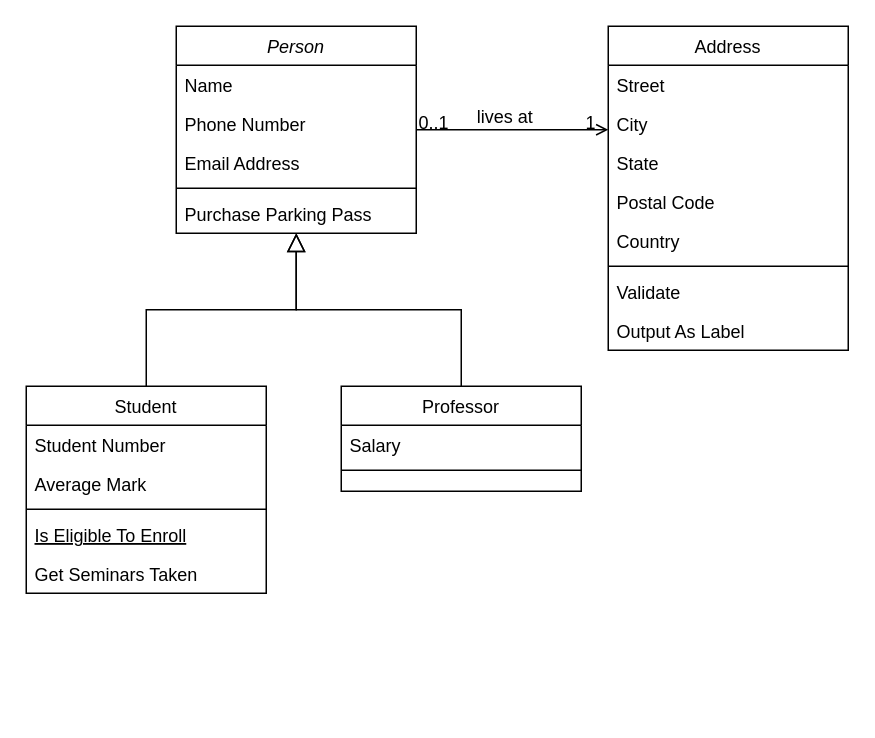
This is Diagramme sans nom.drawio from AyoubKhaoua/-Syst-me-de-Paiement-Orient-Objet, a draw.io file, before an edit. Source tidied: cells renumbered, new cells numbered last; positions are measured from the earlier drawing's top-left corner, leaving out a move shared by most shapes. Both pictures are drawn from the tidied source at 150%, with x=0, y=0 at pixel (26, 26).
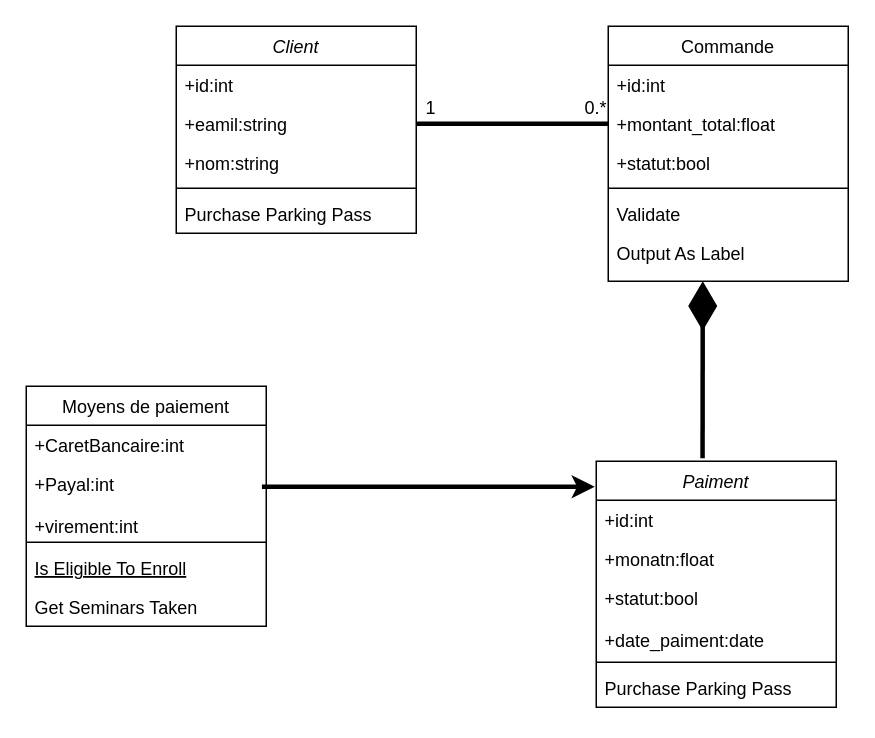
After the change.

Commit message:
Mettre à jour Diagramme de  Classe.drawio

Diff of the diagram source:
```diff
@@
-    <mxCell id="2" value="Person" style="swimlane;fontStyle=2;align=center;verticalAlign=top;horizontal=1;startSize=26;rounded=0;shadow=0;strokeWidth=1;" parent="1" vertex="1">
+    <mxCell id="2" value="Client" style="swimlane;fontStyle=2;align=center;verticalAlign=top;horizontal=1;startSize=26;rounded=0;shadow=0;strokeWidth=1;" parent="1" vertex="1">
       <mxGeometry x="100" width="160" height="138" as="geometry" />
     </mxCell>
-    <mxCell id="3" value="Name" style="text;align=left;verticalAlign=top;spacingLeft=4;spacingRight=4;overflow=hidden;" parent="2" vertex="1">
+    <mxCell id="3" value="+id:int" style="text;align=left;verticalAlign=top;spacingLeft=4;spacingRight=4;overflow=hidden;" parent="2" vertex="1">
       <mxGeometry y="26" width="160" height="26" as="geometry" />
     </mxCell>
-    <mxCell id="4" value="Phone Number" style="text;align=left;verticalAlign=top;spacingLeft=4;spacingRight=4;overflow=hidden;points=[[0,0.5],[1,0.5]];portConstraint=eastwest;rounded=0;shadow=0;html=0;" parent="2" vertex="1">
+    <mxCell id="4" value="+eamil:string" style="text;align=left;verticalAlign=top;spacingLeft=4;spacingRight=4;overflow=hidden;points=[[0,0.5],[1,0.5]];portConstraint=eastwest;rounded=0;shadow=0;html=0;" parent="2" vertex="1">
       <mxGeometry y="52" width="160" height="26" as="geometry" />
     </mxCell>
-    <mxCell id="5" value="Email Address" style="text;align=left;verticalAlign=top;spacingLeft=4;spacingRight=4;overflow=hidden;rounded=0;shadow=0;html=0;" parent="2" vertex="1">
+    <mxCell id="5" value="+nom:string" style="text;align=left;verticalAlign=top;spacingLeft=4;spacingRight=4;overflow=hidden;rounded=0;shadow=0;html=0;" parent="2" vertex="1">
       <mxGeometry y="78" width="160" height="26" as="geometry" />
     </mxCell>
@@
-    <mxCell id="8" value="Student" style="swimlane;fontStyle=0;align=center;verticalAlign=top;horizontal=1;startSize=26;rounded=0;shadow=0;strokeWidth=1;" parent="1" vertex="1">
-      <mxGeometry y="240" width="160" height="138" as="geometry" />
+    <mxCell id="8" value="Moyens de paiement" style="swimlane;fontStyle=0;align=center;verticalAlign=top;horizontal=1;startSize=26;rounded=0;shadow=0;strokeWidth=1;" parent="1" vertex="1">
+      <mxGeometry y="240" width="160" height="160" as="geometry" />
     </mxCell>
-    <mxCell id="9" value="Student Number" style="text;align=left;verticalAlign=top;spacingLeft=4;spacingRight=4;overflow=hidden;" parent="8" vertex="1">
+    <mxCell id="9" value="+CaretBancaire:int" style="text;align=left;verticalAlign=top;spacingLeft=4;spacingRight=4;overflow=hidden;" parent="8" vertex="1">
       <mxGeometry y="26" width="160" height="26" as="geometry" />
     </mxCell>
-    <mxCell id="10" value="Average Mark" style="text;align=left;verticalAlign=top;spacingLeft=4;spacingRight=4;overflow=hidden;points=[[0,0.5],[1,0.5]];portConstraint=eastwest;rounded=0;shadow=0;html=0;" parent="8" vertex="1">
-      <mxGeometry y="52" width="160" height="26" as="geometry" />
+    <mxCell id="10" value="+Payal:int&#10;&#10;+virement:int" style="text;align=left;verticalAlign=top;spacingLeft=4;spacingRight=4;overflow=hidden;points=[[0,0.5],[1,0.5]];portConstraint=eastwest;rounded=0;shadow=0;html=0;" parent="8" vertex="1">
+      <mxGeometry y="52" width="160" height="48" as="geometry" />
     </mxCell>
     <mxCell id="11" style="line;html=1;strokeWidth=1;align=left;verticalAlign=middle;spacingTop=-1;spacingLeft=3;spacingRight=3;labelPosition=right;" parent="8" vertex="1">
-      <mxGeometry y="78" width="160" height="8" as="geometry" />
+      <mxGeometry y="100" width="160" height="8" as="geometry" />
     </mxCell>
     <mxCell id="12" value="Is Eligible To Enroll" style="text;align=left;verticalAlign=top;spacingLeft=4;spacingRight=4;overflow=hidden;fontStyle=4;" parent="8" vertex="1">
-      <mxGeometry y="86" width="160" height="26" as="geometry" />
+      <mxGeometry y="108" width="160" height="26" as="geometry" />
     </mxCell>
     <mxCell id="13" value="Get Seminars Taken" style="text;align=left;verticalAlign=top;spacingLeft=4;spacingRight=4;overflow=hidden;" parent="8" vertex="1">
-      <mxGeometry y="112" width="160" height="26" as="geometry" />
+      <mxGeometry y="134" width="160" height="26" as="geometry" />
     </mxCell>
-    <mxCell id="14" style="endArrow=block;endSize=10;endFill=0;shadow=0;strokeWidth=1;rounded=0;curved=0;edgeStyle=elbowEdgeStyle;elbow=vertical;" parent="1" edge="1" source="8" target="2">
-      <mxGeometry relative="1" as="geometry" />
-    </mxCell>
-    <mxCell id="15" value="Professor" style="swimlane;fontStyle=0;align=center;verticalAlign=top;horizontal=1;startSize=26;rounded=0;shadow=0;strokeWidth=1;" parent="1" vertex="1">
-      <mxGeometry x="210" y="240" width="160" height="70" as="geometry" />
-    </mxCell>
-    <mxCell id="16" value="Salary" style="text;align=left;verticalAlign=top;spacingLeft=4;spacingRight=4;overflow=hidden;" parent="15" vertex="1">
-      <mxGeometry y="26" width="160" height="26" as="geometry" />
-    </mxCell>
-    <mxCell id="17" style="line;html=1;strokeWidth=1;align=left;verticalAlign=middle;spacingTop=-1;spacingLeft=3;spacingRight=3;labelPosition=right;" parent="15" vertex="1">
-      <mxGeometry y="52" width="160" height="8" as="geometry" />
-    </mxCell>
-    <mxCell id="18" style="endArrow=block;endSize=10;endFill=0;shadow=0;strokeWidth=1;rounded=0;curved=0;edgeStyle=elbowEdgeStyle;elbow=vertical;" parent="1" edge="1" source="15" target="2">
-      <mxGeometry relative="1" as="geometry" />
-    </mxCell>
-    <mxCell id="19" value="Address" style="swimlane;fontStyle=0;align=center;verticalAlign=top;horizontal=1;startSize=26;rounded=0;shadow=0;strokeWidth=1;" parent="1" vertex="1">
-      <mxGeometry x="388" width="160" height="216" as="geometry" />
+    <mxCell id="19" value="Commande" style="swimlane;fontStyle=0;align=center;verticalAlign=top;horizontal=1;startSize=26;rounded=0;shadow=0;strokeWidth=1;" parent="1" vertex="1">
+      <mxGeometry x="388" width="160" height="170" as="geometry" />
     </mxCell>
-    <mxCell id="20" value="Street" style="text;align=left;verticalAlign=top;spacingLeft=4;spacingRight=4;overflow=hidden;" parent="19" vertex="1">
+    <mxCell id="20" value="+id:int" style="text;align=left;verticalAlign=top;spacingLeft=4;spacingRight=4;overflow=hidden;" parent="19" vertex="1">
       <mxGeometry y="26" width="160" height="26" as="geometry" />
     </mxCell>
-    <mxCell id="21" value="City" style="text;align=left;verticalAlign=top;spacingLeft=4;spacingRight=4;overflow=hidden;rounded=0;shadow=0;html=0;" parent="19" vertex="1">
-      <mxGeometry y="52" width="160" height="26" as="geometry" />
-    </mxCell>
-    <mxCell id="22" value="State" style="text;align=left;verticalAlign=top;spacingLeft=4;spacingRight=4;overflow=hidden;points=[[0,0.5],[1,0.5]];portConstraint=eastwest;rounded=0;shadow=0;html=0;" parent="19" vertex="1">
-      <mxGeometry y="78" width="160" height="26" as="geometry" />
+    <mxCell id="22" value="+montant_total:float" style="text;align=left;verticalAlign=top;spacingLeft=4;spacingRight=4;overflow=hidden;points=[[0,0.5],[1,0.5]];portConstraint=eastwest;rounded=0;shadow=0;html=0;" parent="19" vertex="1">
+      <mxGeometry y="52" width="160" height="26" as="geometry" />
     </mxCell>
-    <mxCell id="23" value="Postal Code" style="text;align=left;verticalAlign=top;spacingLeft=4;spacingRight=4;overflow=hidden;rounded=0;shadow=0;html=0;" parent="19" vertex="1">
-      <mxGeometry y="104" width="160" height="26" as="geometry" />
-    </mxCell>
-    <mxCell id="24" value="Country" style="text;align=left;verticalAlign=top;spacingLeft=4;spacingRight=4;overflow=hidden;rounded=0;shadow=0;html=0;" parent="19" vertex="1">
-      <mxGeometry y="130" width="160" height="26" as="geometry" />
+    <mxCell id="24" value="+statut:bool" style="text;align=left;verticalAlign=top;spacingLeft=4;spacingRight=4;overflow=hidden;rounded=0;shadow=0;html=0;" parent="19" vertex="1">
+      <mxGeometry y="78" width="160" height="26" as="geometry" />
     </mxCell>
     <mxCell id="25" style="line;html=1;strokeWidth=1;align=left;verticalAlign=middle;spacingTop=-1;spacingLeft=3;spacingRight=3;labelPosition=right;" parent="19" vertex="1">
-      <mxGeometry y="156" width="160" height="8" as="geometry" />
+      <mxGeometry y="104" width="160" height="8" as="geometry" />
     </mxCell>
     <mxCell id="26" value="Validate" style="text;align=left;verticalAlign=top;spacingLeft=4;spacingRight=4;overflow=hidden;" parent="19" vertex="1">
-      <mxGeometry y="164" width="160" height="26" as="geometry" />
+      <mxGeometry y="112" width="160" height="26" as="geometry" />
     </mxCell>
     <mxCell id="27" value="Output As Label" style="text;align=left;verticalAlign=top;spacingLeft=4;spacingRight=4;overflow=hidden;" parent="19" vertex="1">
-      <mxGeometry y="190" width="160" height="26" as="geometry" />
+      <mxGeometry y="138" width="160" height="26" as="geometry" />
     </mxCell>
-    <mxCell id="28" style="endArrow=open;shadow=0;strokeWidth=1;rounded=0;curved=0;endFill=1;edgeStyle=elbowEdgeStyle;elbow=vertical;" parent="1" edge="1" source="2" target="19">
-      <mxGeometry x="0.5" y="41" relative="1" as="geometry">
-        <mxPoint x="-40" y="32" as="offset" />
-      </mxGeometry>
-    </mxCell>
-    <mxCell id="29" value="0..1" style="align=left;verticalAlign=bottom;labelBackgroundColor=none;fontSize=12;" parent="28" vertex="1">
-      <mxGeometry x="-1" relative="1" as="geometry">
-        <mxPoint y="4" as="offset" />
-      </mxGeometry>
-    </mxCell>
+    <mxCell id="32" value="Paiment" style="swimlane;fontStyle=2;align=center;verticalAlign=top;horizontal=1;startSize=26;rounded=0;shadow=0;strokeWidth=1;" parent="1" vertex="1">
+      <mxGeometry x="380" y="290" width="160" height="164" as="geometry" />
+    </mxCell>
+    <mxCell id="33" value="+id:int" style="text;align=left;verticalAlign=top;spacingLeft=4;spacingRight=4;overflow=hidden;" parent="32" vertex="1">
+      <mxGeometry y="26" width="160" height="26" as="geometry" />
+    </mxCell>
+    <mxCell id="34" value="+monatn:float" style="text;align=left;verticalAlign=top;spacingLeft=4;spacingRight=4;overflow=hidden;rounded=0;shadow=0;html=0;" parent="32" vertex="1">
+      <mxGeometry y="52" width="160" height="26" as="geometry" />
+    </mxCell>
+    <mxCell id="35" value="+statut:bool&#10;&#10;+date_paiment:date" style="text;align=left;verticalAlign=top;spacingLeft=4;spacingRight=4;overflow=hidden;rounded=0;shadow=0;html=0;" parent="32" vertex="1">
+      <mxGeometry y="78" width="160" height="52" as="geometry" />
+    </mxCell>
+    <mxCell id="36" style="line;html=1;strokeWidth=1;align=left;verticalAlign=middle;spacingTop=-1;spacingLeft=3;spacingRight=3;labelPosition=right;" parent="32" vertex="1">
+      <mxGeometry y="130" width="160" height="8" as="geometry" />
+    </mxCell>
+    <mxCell id="37" value="Purchase Parking Pass" style="text;align=left;verticalAlign=top;spacingLeft=4;spacingRight=4;overflow=hidden;" parent="32" vertex="1">
+      <mxGeometry y="138" width="160" height="26" as="geometry" />
+    </mxCell>
+    <mxCell id="38" style="endArrow=none;startArrow=none;endFill=0;startFill=0;endSize=8;html=1;verticalAlign=bottom;labelBackgroundColor=none;strokeWidth=3;rounded=0;entryX=0;entryY=0.5;entryDx=0;entryDy=0;exitX=1;exitY=0.5;exitDx=0;exitDy=0;" parent="1" edge="1" source="4" target="22">
+      <mxGeometry relative="1" as="geometry" />
+    </mxCell>
+    <mxCell id="39" value="0.*" style="text;html=1;whiteSpace=wrap;strokeColor=none;fillColor=none;align=center;verticalAlign=middle;rounded=0;" parent="1" vertex="1">
+      <mxGeometry x="350" y="40" width="60" height="30" as="geometry" />
+    </mxCell>
-    <mxCell id="30" value="1" style="align=right;verticalAlign=bottom;labelBackgroundColor=none;fontSize=12;" parent="28" vertex="1">
-      <mxGeometry x="1" relative="1" as="geometry">
-        <mxPoint x="-7" y="4" as="offset" />
-      </mxGeometry>
+    <mxCell id="30" value="1" style="text;html=1;whiteSpace=wrap;strokeColor=none;fillColor=none;align=center;verticalAlign=middle;rounded=0;" parent="1" vertex="1">
+      <mxGeometry x="240" y="40" width="60" height="30" as="geometry" />
     </mxCell>
-    <mxCell id="31" value="lives at" style="text;html=1;align=center;verticalAlign=middle;labelBackgroundColor=none;rounded=0;shadow=0;strokeWidth=1;fontSize=12;" parent="28" vertex="1">
-      <mxGeometry x="0.5" y="49" relative="1" as="geometry">
-        <mxPoint x="-38" y="40" as="offset" />
-      </mxGeometry>
-    </mxCell>
+    <mxCell id="40" style="endArrow=diamondThin;endFill=1;endSize=24;html=1;rounded=0;exitX=0.443;exitY=-0.012;exitDx=0;exitDy=0;exitPerimeter=0;strokeWidth=3;" parent="1" edge="1" source="32">
+      <mxGeometry relative="1" as="geometry">
+        <mxPoint x="451" y="170" as="targetPoint" />
+      </mxGeometry>
+    </mxCell>
+    <mxCell id="41" style="endArrow=classic;html=1;rounded=0;entryX=-0.006;entryY=0.104;entryDx=0;entryDy=0;entryPerimeter=0;exitX=0.982;exitY=0.313;exitDx=0;exitDy=0;exitPerimeter=0;strokeWidth=3;" parent="1" edge="1" source="10" target="32">
+      <mxGeometry relative="1" as="geometry" />
+    </mxCell>
```
